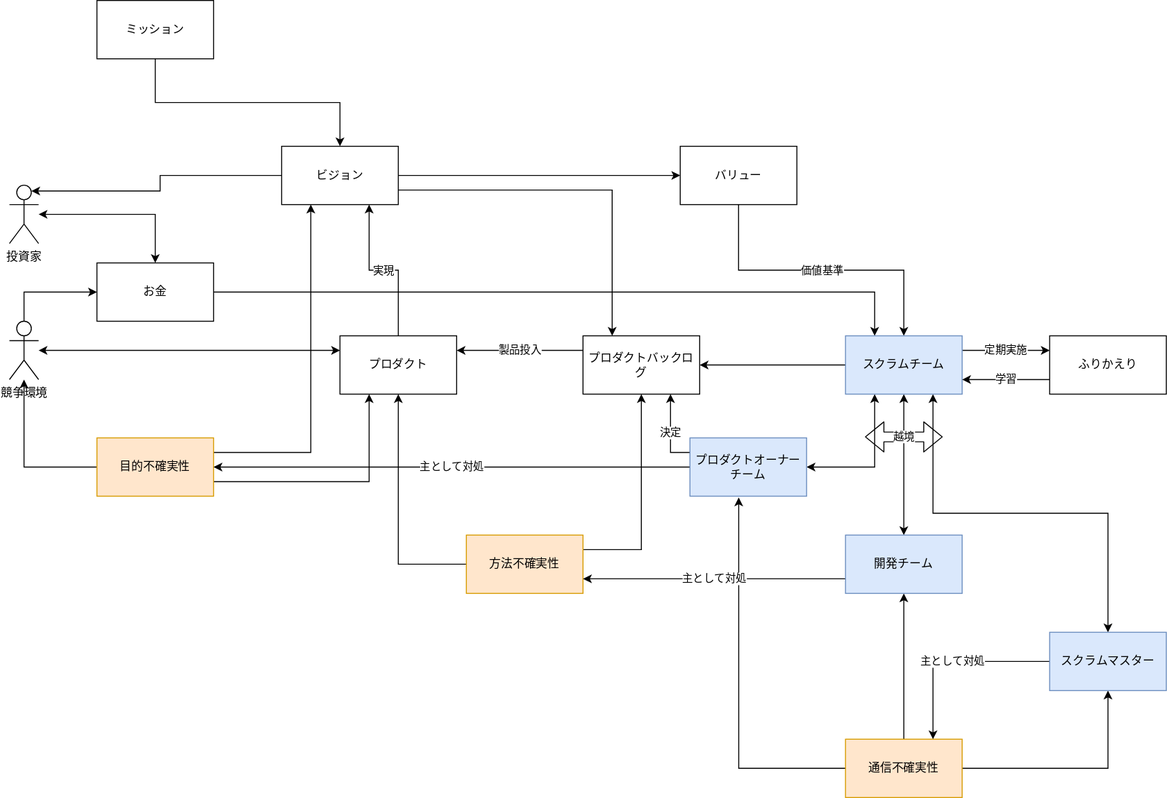
This is 現代ソフトウェア開発の地図.svg from shimobayashi/drawio-public, a draw.io export, as it was before one commit. Source tidied: cells renumbered, new cells last; positions are measured from the earlier drawing's top-left corner, leaving out a move shared by most shapes.
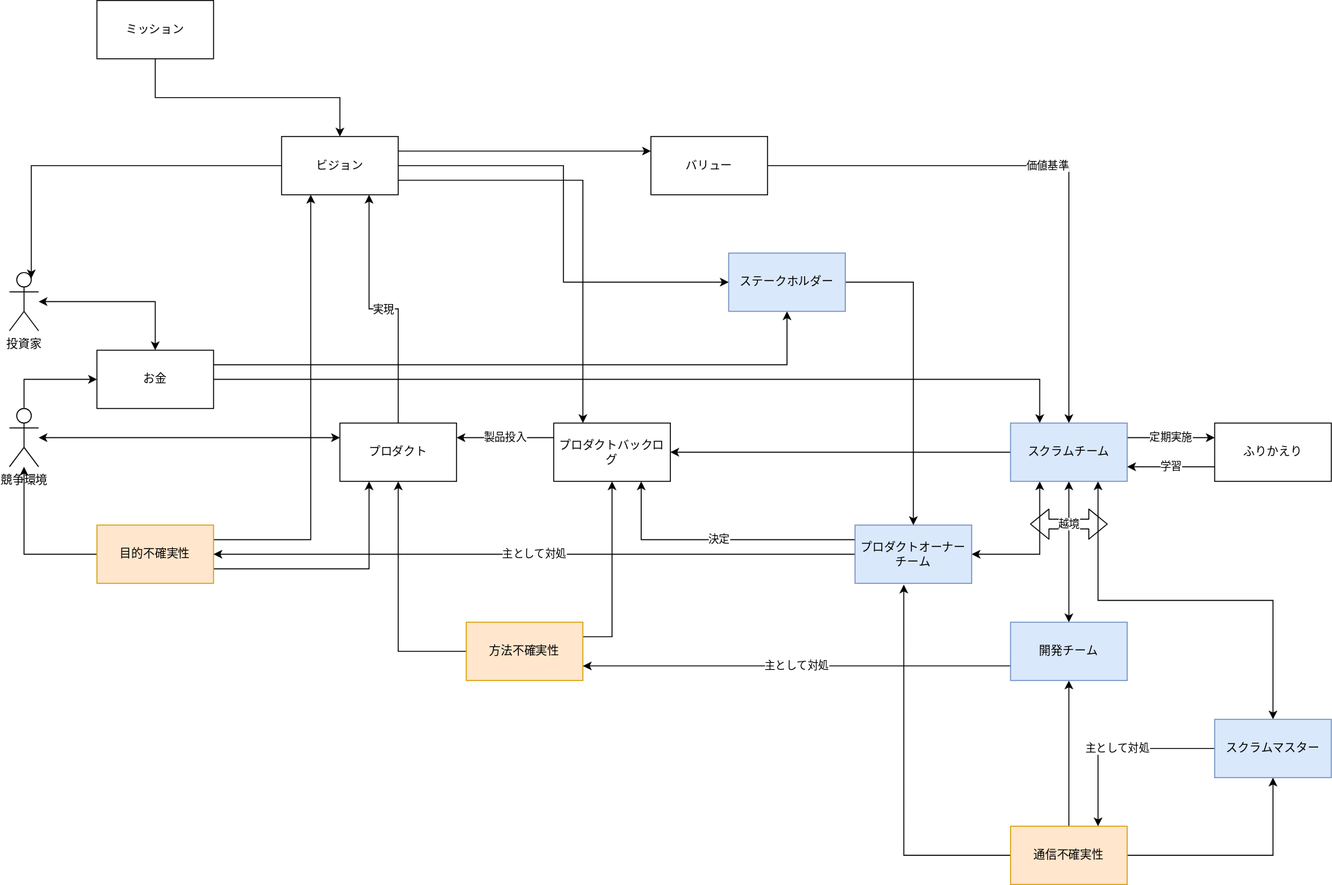
After the commit.

Commit message:
Update 現代ソフトウェア開発の地図.svg

Change to the diagram source:
```diff
@@ -9,15 +9,15 @@
       <mxGeometry relative="1" as="geometry" />
     </mxCell>
     <mxCell id="4" value="競争環境" style="shape=umlActor;verticalLabelPosition=bottom;verticalAlign=top;html=1;outlineConnect=0;" parent="1" vertex="1">
-      <mxGeometry y="330" width="30" height="60" as="geometry" />
+      <mxGeometry y="390" width="30" height="60" as="geometry" />
     </mxCell>
     <mxCell id="5" style="edgeStyle=orthogonalEdgeStyle;rounded=0;jettySize=auto;html=1;exitX=0.5;exitY=1;exitDx=0;exitDy=0;" parent="1" edge="1" source="6" target="10">
       <mxGeometry relative="1" as="geometry" />
     </mxCell>
     <mxCell id="6" value="ミッション" style="rounded=0;whiteSpace=wrap;html=1;" parent="1" vertex="1">
-      <mxGeometry x="90" width="120" height="60" as="geometry" />
+      <mxGeometry x="90" y="-30" width="120" height="60" as="geometry" />
     </mxCell>
-    <mxCell id="7" style="edgeStyle=orthogonalEdgeStyle;rounded=0;jettySize=auto;html=1;exitX=1;exitY=0.5;exitDx=0;exitDy=0;entryX=0;entryY=0.5;entryDx=0;entryDy=0;" parent="1" edge="1" source="10" target="12">
+    <mxCell id="7" style="edgeStyle=orthogonalEdgeStyle;rounded=0;jettySize=auto;html=1;exitX=1;exitY=0.25;exitDx=0;exitDy=0;entryX=0;entryY=0.25;entryDx=0;entryDy=0;" parent="1" edge="1" source="10" target="12">
       <mxGeometry relative="1" as="geometry" />
     </mxCell>
     <mxCell id="8" style="edgeStyle=orthogonalEdgeStyle;rounded=0;jettySize=auto;html=1;exitX=1;exitY=0.75;exitDx=0;exitDy=0;entryX=0.25;entryY=0;entryDx=0;entryDy=0;startArrow=none;startFill=0;" parent="1" edge="1" source="10" target="29">
@@ -26,26 +26,32 @@
     <mxCell id="9" style="edgeStyle=orthogonalEdgeStyle;rounded=0;jettySize=auto;html=1;exitX=0;exitY=0.5;exitDx=0;exitDy=0;entryX=0.75;entryY=0.1;entryDx=0;entryDy=0;entryPerimeter=0;startArrow=none;startFill=0;" parent="1" edge="1" source="10" target="47">
       <mxGeometry relative="1" as="geometry" />
     </mxCell>
+    <mxCell id="48" style="edgeStyle=orthogonalEdgeStyle;rounded=0;jettySize=auto;html=1;exitX=1;exitY=0.5;exitDx=0;exitDy=0;entryX=0;entryY=0.5;entryDx=0;entryDy=0;" parent="1" edge="1" source="10" target="51">
+      <mxGeometry relative="1" as="geometry" />
+    </mxCell>
     <mxCell id="10" value="ビジョン" style="rounded=0;whiteSpace=wrap;html=1;" parent="1" vertex="1">
-      <mxGeometry x="280" y="150" width="120" height="60" as="geometry" />
+      <mxGeometry x="280" y="110" width="120" height="60" as="geometry" />
     </mxCell>
-    <mxCell id="11" value="価値基準" style="edgeStyle=orthogonalEdgeStyle;rounded=0;jettySize=auto;html=1;exitX=0.5;exitY=1;exitDx=0;exitDy=0;entryX=0.5;entryY=0;entryDx=0;entryDy=0;" parent="1" edge="1" source="12" target="42">
+    <mxCell id="11" value="価値基準" style="edgeStyle=orthogonalEdgeStyle;rounded=0;jettySize=auto;html=1;exitX=1;exitY=0.5;exitDx=0;exitDy=0;entryX=0.5;entryY=0;entryDx=0;entryDy=0;" parent="1" edge="1" source="12" target="42">
       <mxGeometry relative="1" as="geometry" />
     </mxCell>
     <mxCell id="12" value="バリュー" style="rounded=0;whiteSpace=wrap;html=1;" parent="1" vertex="1">
-      <mxGeometry x="690" y="150" width="120" height="60" as="geometry" />
+      <mxGeometry x="660" y="110" width="120" height="60" as="geometry" />
     </mxCell>
     <mxCell id="13" value="実現" style="edgeStyle=orthogonalEdgeStyle;rounded=0;jettySize=auto;html=1;exitX=0.5;exitY=0;exitDx=0;exitDy=0;entryX=0.75;entryY=1;entryDx=0;entryDy=0;" parent="1" edge="1" source="14" target="10">
       <mxGeometry relative="1" as="geometry" />
     </mxCell>
     <mxCell id="14" value="プロダクト" style="rounded=0;whiteSpace=wrap;html=1;" parent="1" vertex="1">
-      <mxGeometry x="340" y="345" width="120" height="60" as="geometry" />
+      <mxGeometry x="340" y="405" width="120" height="60" as="geometry" />
     </mxCell>
     <mxCell id="15" style="edgeStyle=orthogonalEdgeStyle;rounded=0;jettySize=auto;html=1;exitX=1;exitY=0.5;exitDx=0;exitDy=0;entryX=0.25;entryY=0;entryDx=0;entryDy=0;startArrow=none;startFill=0;" parent="1" edge="1" source="16" target="42">
       <mxGeometry relative="1" as="geometry" />
     </mxCell>
+    <mxCell id="49" style="edgeStyle=orthogonalEdgeStyle;rounded=0;jettySize=auto;html=1;exitX=1;exitY=0.25;exitDx=0;exitDy=0;entryX=0.5;entryY=1;entryDx=0;entryDy=0;" parent="1" edge="1" source="16" target="51">
+      <mxGeometry relative="1" as="geometry" />
+    </mxCell>
     <mxCell id="16" value="お金" style="rounded=0;whiteSpace=wrap;html=1;" parent="1" vertex="1">
-      <mxGeometry x="90" y="270" width="120" height="60" as="geometry" />
+      <mxGeometry x="90" y="330" width="120" height="60" as="geometry" />
     </mxCell>
     <mxCell id="17" style="edgeStyle=orthogonalEdgeStyle;rounded=0;jettySize=auto;html=1;exitX=0;exitY=0.5;exitDx=0;exitDy=0;" parent="1" edge="1" source="20" target="4">
       <mxGeometry relative="1" as="geometry" />
@@ -57,7 +63,7 @@
       <mxGeometry relative="1" as="geometry" />
     </mxCell>
     <mxCell id="20" value="目的不確実性" style="rounded=0;whiteSpace=wrap;html=1;fillColor=#ffe6cc;strokeColor=#d79b00;" parent="1" vertex="1">
-      <mxGeometry x="90" y="450" width="120" height="60" as="geometry" />
+      <mxGeometry x="90" y="510" width="120" height="60" as="geometry" />
     </mxCell>
     <mxCell id="21" style="edgeStyle=orthogonalEdgeStyle;rounded=0;jettySize=auto;html=1;exitX=0;exitY=0.5;exitDx=0;exitDy=0;entryX=0.5;entryY=1;entryDx=0;entryDy=0;" parent="1" edge="1" source="23" target="14">
       <mxGeometry relative="1" as="geometry" />
@@ -66,7 +72,7 @@
       <mxGeometry relative="1" as="geometry" />
     </mxCell>
     <mxCell id="23" value="方法不確実性" style="rounded=0;whiteSpace=wrap;html=1;fillColor=#ffe6cc;strokeColor=#d79b00;" parent="1" vertex="1">
-      <mxGeometry x="470" y="550" width="120" height="60" as="geometry" />
+      <mxGeometry x="470" y="610" width="120" height="60" as="geometry" />
     </mxCell>
     <mxCell id="24" style="edgeStyle=orthogonalEdgeStyle;rounded=0;jettySize=auto;html=1;exitX=0;exitY=0.5;exitDx=0;exitDy=0;entryX=0.418;entryY=1.021;entryDx=0;entryDy=0;entryPerimeter=0;" parent="1" edge="1" source="27" target="33">
       <mxGeometry relative="1" as="geometry" />
@@ -78,13 +84,13 @@
       <mxGeometry relative="1" as="geometry" />
     </mxCell>
     <mxCell id="27" value="通信不確実性" style="rounded=0;whiteSpace=wrap;html=1;fillColor=#ffe6cc;strokeColor=#d79b00;" parent="1" vertex="1">
-      <mxGeometry x="860" y="760" width="120" height="60" as="geometry" />
+      <mxGeometry x="1030" y="820" width="120" height="60" as="geometry" />
     </mxCell>
     <mxCell id="28" value="製品投入" style="edgeStyle=orthogonalEdgeStyle;rounded=0;jettySize=auto;html=1;exitX=0;exitY=0.25;exitDx=0;exitDy=0;entryX=1;entryY=0.25;entryDx=0;entryDy=0;" parent="1" edge="1" source="29" target="14">
       <mxGeometry relative="1" as="geometry" />
     </mxCell>
     <mxCell id="29" value="プロダクトバックログ" style="rounded=0;whiteSpace=wrap;html=1;" parent="1" vertex="1">
-      <mxGeometry x="590" y="345" width="120" height="60" as="geometry" />
+      <mxGeometry x="560" y="405" width="120" height="60" as="geometry" />
     </mxCell>
     <mxCell id="30" value="主として対処" style="edgeStyle=orthogonalEdgeStyle;rounded=0;jettySize=auto;html=1;exitX=0;exitY=0.5;exitDx=0;exitDy=0;entryX=1;entryY=0.5;entryDx=0;entryDy=0;" parent="1" edge="1" source="33" target="20">
       <mxGeometry relative="1" as="geometry" />
@@ -96,7 +102,7 @@
       <mxGeometry relative="1" as="geometry" />
     </mxCell>
     <mxCell id="33" value="プロダクトオーナーチーム" style="rounded=0;whiteSpace=wrap;html=1;fillColor=#dae8fc;strokeColor=#6c8ebf;" parent="1" vertex="1">
-      <mxGeometry x="700" y="450" width="120" height="60" as="geometry" />
+      <mxGeometry x="870" y="510" width="120" height="60" as="geometry" />
     </mxCell>
     <mxCell id="34" value="主として対処" style="edgeStyle=orthogonalEdgeStyle;rounded=0;jettySize=auto;html=1;exitX=0;exitY=0.75;exitDx=0;exitDy=0;entryX=1;entryY=0.75;entryDx=0;entryDy=0;" parent="1" edge="1" source="36" target="23">
       <mxGeometry relative="1" as="geometry" />
@@ -105,7 +111,7 @@
       <mxGeometry relative="1" as="geometry" />
     </mxCell>
     <mxCell id="36" value="開発チーム" style="rounded=0;whiteSpace=wrap;html=1;fillColor=#dae8fc;strokeColor=#6c8ebf;" parent="1" vertex="1">
-      <mxGeometry x="860" y="550" width="120" height="60" as="geometry" />
+      <mxGeometry x="1030" y="610" width="120" height="60" as="geometry" />
     </mxCell>
     <mxCell id="37" value="主として対処" style="edgeStyle=orthogonalEdgeStyle;rounded=0;jettySize=auto;html=1;exitX=0;exitY=0.5;exitDx=0;exitDy=0;entryX=0.75;entryY=0;entryDx=0;entryDy=0;" parent="1" edge="1" source="39" target="27">
       <mxGeometry relative="1" as="geometry" />
@@ -114,7 +120,7 @@
       <mxGeometry relative="1" as="geometry" />
     </mxCell>
     <mxCell id="39" value="スクラムマスター" style="rounded=0;whiteSpace=wrap;html=1;fillColor=#dae8fc;strokeColor=#6c8ebf;" parent="1" vertex="1">
-      <mxGeometry x="1070" y="650" width="120" height="60" as="geometry" />
+      <mxGeometry x="1240" y="710" width="120" height="60" as="geometry" />
     </mxCell>
     <mxCell id="40" style="edgeStyle=orthogonalEdgeStyle;rounded=0;jettySize=auto;html=1;exitX=0;exitY=0.5;exitDx=0;exitDy=0;entryX=1;entryY=0.5;entryDx=0;entryDy=0;startArrow=none;startFill=0;" parent="1" edge="1" source="42" target="29">
       <mxGeometry relative="1" as="geometry" />
@@ -123,25 +129,31 @@
       <mxGeometry relative="1" as="geometry" />
     </mxCell>
     <mxCell id="42" value="スクラムチーム" style="rounded=0;whiteSpace=wrap;html=1;fillColor=#dae8fc;strokeColor=#6c8ebf;" parent="1" vertex="1">
-      <mxGeometry x="860" y="345" width="120" height="60" as="geometry" />
+      <mxGeometry x="1030" y="405" width="120" height="60" as="geometry" />
     </mxCell>
     <mxCell id="43" value="学習" style="edgeStyle=orthogonalEdgeStyle;rounded=0;jettySize=auto;html=1;exitX=0;exitY=0.75;exitDx=0;exitDy=0;entryX=1;entryY=0.75;entryDx=0;entryDy=0;startArrow=none;startFill=0;" parent="1" edge="1" source="44" target="42">
       <mxGeometry relative="1" as="geometry" />
     </mxCell>
     <mxCell id="44" value="ふりかえり" style="rounded=0;whiteSpace=wrap;html=1;" parent="1" vertex="1">
-      <mxGeometry x="1070" y="345" width="120" height="60" as="geometry" />
+      <mxGeometry x="1240" y="405" width="120" height="60" as="geometry" />
     </mxCell>
     <mxCell id="45" value="越境" style="shape=flexArrow;endArrow=classic;startArrow=classic;html=1;" parent="1" edge="1">
       <mxGeometry relative="1" as="geometry">
-        <mxPoint x="880" y="449" as="sourcePoint" />
-        <mxPoint x="960" y="449" as="targetPoint" />
+        <mxPoint x="1050" y="509" as="sourcePoint" />
+        <mxPoint x="1130" y="509" as="targetPoint" />
       </mxGeometry>
     </mxCell>
     <mxCell id="46" style="edgeStyle=orthogonalEdgeStyle;rounded=0;jettySize=auto;html=1;entryX=0.5;entryY=0;entryDx=0;entryDy=0;startArrow=classic;startFill=1;" parent="1" edge="1" source="47" target="16">
       <mxGeometry relative="1" as="geometry" />
     </mxCell>
     <mxCell id="47" value="投資家" style="shape=umlActor;verticalLabelPosition=bottom;verticalAlign=top;html=1;outlineConnect=0;" parent="1" vertex="1">
-      <mxGeometry y="190" width="30" height="60" as="geometry" />
+      <mxGeometry y="250" width="30" height="60" as="geometry" />
     </mxCell>
+    <mxCell id="50" style="edgeStyle=orthogonalEdgeStyle;rounded=0;jettySize=auto;html=1;exitX=1;exitY=0.5;exitDx=0;exitDy=0;entryX=0.5;entryY=0;entryDx=0;entryDy=0;" parent="1" edge="1" source="51" target="33">
+      <mxGeometry relative="1" as="geometry" />
+    </mxCell>
+    <mxCell id="51" value="ステークホルダー" style="rounded=0;whiteSpace=wrap;html=1;fillColor=#dae8fc;strokeColor=#6c8ebf;" parent="1" vertex="1">
+      <mxGeometry x="740" y="230" width="120" height="60" as="geometry" />
+    </mxCell>
   </root>
 </mxGraphModel>
```
